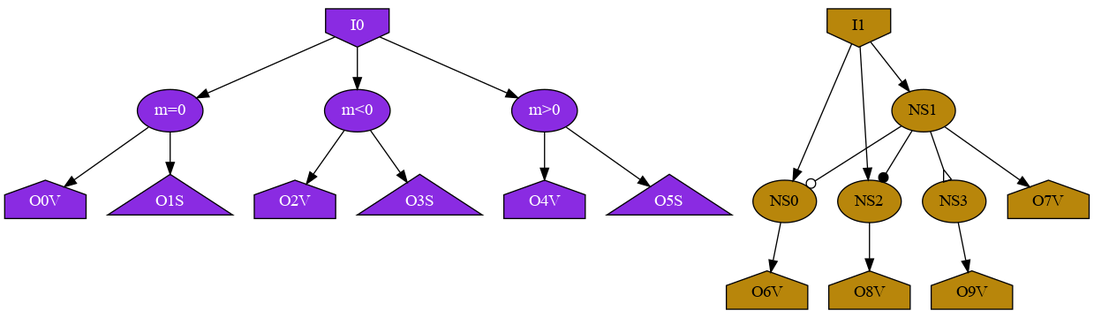
The Graphviz diagram Total Network.gv.png in williamnourse/SNS-Toolbox, before a commit. Its source is kept beside it as Total Network.gv.
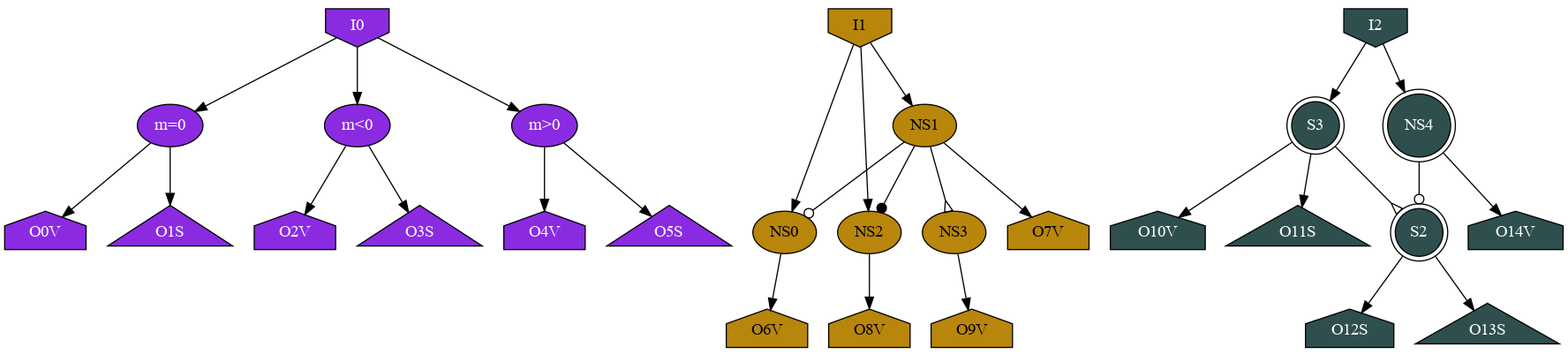
Later version of the same file.

The edit, as a diff of the source:
```diff
@@ -4,37 +4,55 @@
 	2 [label="m>0" fillcolor=blueviolet fontcolor=white style=filled]
 	In0 [label=I0 fillcolor=blueviolet fontcolor=white shape=invhouse style=filled]
 	Out0 [label=O0V fillcolor=blueviolet fontcolor=white shape=house style=filled]
+	0 -> Out0
 	Out1 [label=O1S fillcolor=blueviolet fontcolor=white shape=triangle style=filled]
+	0 -> Out1
 	Out2 [label=O2V fillcolor=blueviolet fontcolor=white shape=house style=filled]
+	1 -> Out2
 	Out3 [label=O3S fillcolor=blueviolet fontcolor=white shape=triangle style=filled]
+	1 -> Out3
 	Out4 [label=O4V fillcolor=blueviolet fontcolor=white shape=house style=filled]
+	2 -> Out4
 	Out5 [label=O5S fillcolor=blueviolet fontcolor=white shape=triangle style=filled]
+	2 -> Out5
 	In0 -> 0
 	In0 -> 1
 	In0 -> 2
-	0 -> Out0
-	0 -> Out1
-	1 -> Out2
-	1 -> Out3
-	2 -> Out4
-	2 -> Out5
 	3 [label=NS0 fillcolor=darkgoldenrod fontcolor=black style=filled]
 	4 [label=NS1 fillcolor=darkgoldenrod fontcolor=black style=filled]
 	5 [label=NS2 fillcolor=darkgoldenrod fontcolor=black style=filled]
 	6 [label=NS3 fillcolor=darkgoldenrod fontcolor=black style=filled]
 	In1 [label=I1 fillcolor=darkgoldenrod fontcolor=black shape=invhouse style=filled]
 	Out6 [label=O6V fillcolor=darkgoldenrod fontcolor=black shape=house style=filled]
+	3 -> Out6
 	Out7 [label=O7V fillcolor=darkgoldenrod fontcolor=black shape=house style=filled]
+	4 -> Out7
 	Out8 [label=O8V fillcolor=darkgoldenrod fontcolor=black shape=house style=filled]
+	5 -> Out8
 	Out9 [label=O9V fillcolor=darkgoldenrod fontcolor=black shape=house style=filled]
+	6 -> Out9
 	In1 -> 3
 	In1 -> 4
 	In1 -> 5
-	3 -> Out6
-	4 -> Out7
-	5 -> Out8
-	6 -> Out9
 	4 -> 3 [arrowhead=odot]
 	4 -> 5 [arrowhead=dot]
 	4 -> 6 [arrowhead=invempty]
+	7 [label=S3 fillcolor=darkslategrey fontcolor=white shape=doublecircle style=filled]
+	8 [label=NS4 fillcolor=darkslategrey fontcolor=white shape=doublecircle style=filled]
+	9 [label=S2 fillcolor=darkslategrey fontcolor=white shape=doublecircle style=filled]
+	In2 [label=I2 fillcolor=darkslategrey fontcolor=white shape=invhouse style=filled]
+	Out10 [label=O10V fillcolor=darkslategrey fontcolor=white shape=house style=filled]
+	7 -> Out10
+	Out11 [label=O11S fillcolor=darkslategrey fontcolor=white shape=triangle style=filled]
+	7 -> Out11
+	Out12 [label=O12S fillcolor=darkslategrey fontcolor=white shape=house style=filled]
+	9 -> Out12
+	Out13 [label=O13S fillcolor=darkslategrey fontcolor=white shape=triangle style=filled]
+	9 -> Out13
+	Out14 [label=O14V fillcolor=darkslategrey fontcolor=white shape=house style=filled]
+	8 -> Out14
+	In2 -> 7
+	In2 -> 8
+	7 -> 9 [arrowhead=invempty]
+	8 -> 9 [arrowhead=odot]
 }
```
